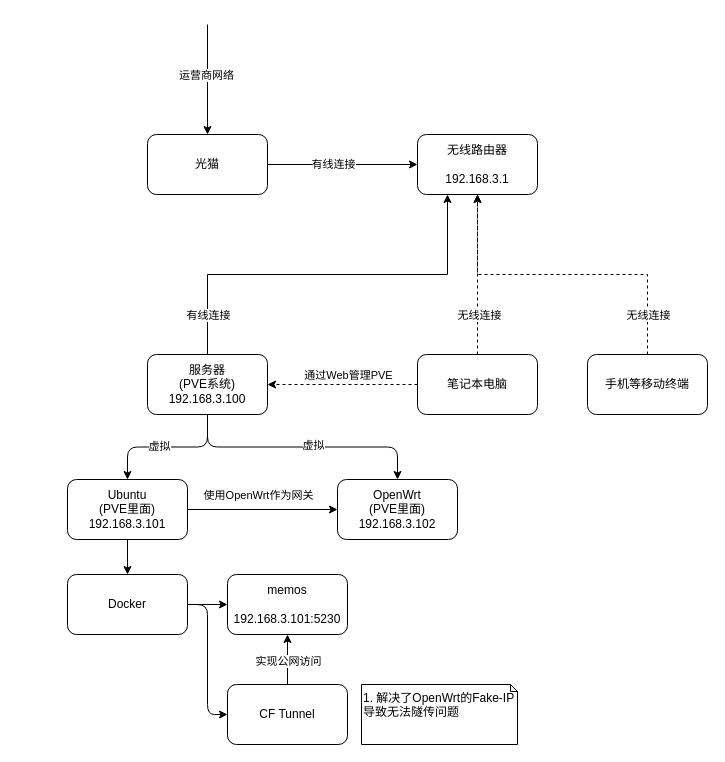
This is page "HomeLab-Arch" (79 of 79) of Moatkon.drawio from moatkon/moatkon, a draw.io file, before an edit. Source tidied: cells renumbered, new cells numbered last; positions are measured from the earlier drawing's top-left corner, leaving out a move shared by most shapes. Both pictures are drawn from the tidied source at 100%, with x=0, y=0 at pixel (67, 24).
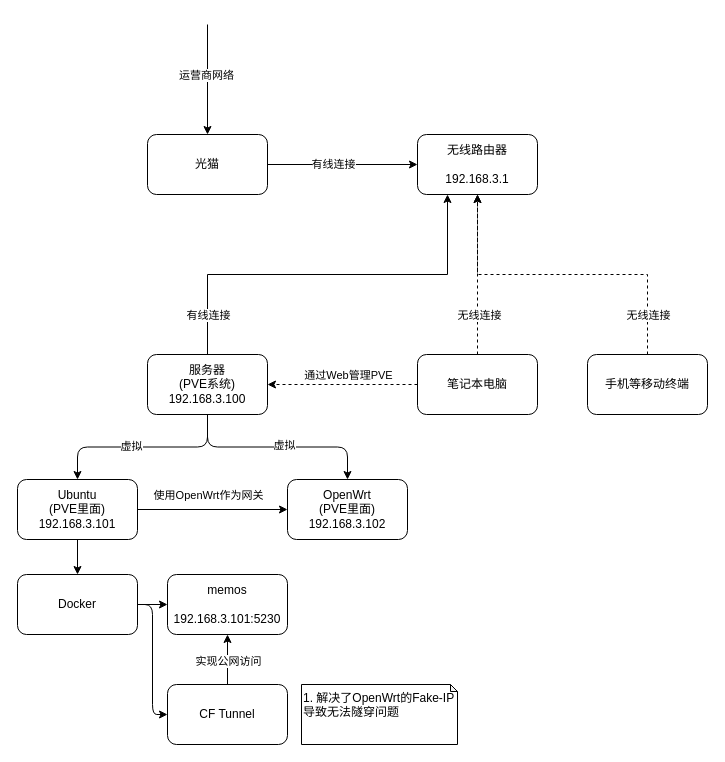
The same page after the edit.

Change to the diagram source:
```diff
@@
     <mxCell id="26" value="Ubuntu&lt;br&gt;(PVE里面)&lt;br&gt;&lt;span style=&quot;color: rgb(0, 0, 0);&quot;&gt;192.168.3.101&lt;/span&gt;" style="rounded=1;whiteSpace=wrap;html=1;fillColor=none;" parent="1" vertex="1">
-      <mxGeometry y="455" width="120" height="60" as="geometry" />
+      <mxGeometry x="-50" y="455" width="120" height="60" as="geometry" />
     </mxCell>
     <mxCell id="27" value="OpenWrt&lt;br&gt;(PVE里面)&lt;br&gt;&lt;span style=&quot;color: rgb(0, 0, 0);&quot;&gt;192.168.3.102&lt;/span&gt;" style="rounded=1;whiteSpace=wrap;html=1;fillColor=none;" parent="1" vertex="1">
-      <mxGeometry x="270" y="455" width="120" height="60" as="geometry" />
+      <mxGeometry x="220" y="455" width="120" height="60" as="geometry" />
     </mxCell>
@@
     <mxCell id="30" value="Docker" style="rounded=1;whiteSpace=wrap;html=1;fillColor=none;" parent="1" vertex="1">
-      <mxGeometry y="550" width="120" height="60" as="geometry" />
+      <mxGeometry x="-50" y="550" width="120" height="60" as="geometry" />
     </mxCell>
@@
     <mxCell id="32" value="memos&lt;br&gt;&lt;br&gt;&lt;span style=&quot;color: rgb(0, 0, 0);&quot;&gt;192.168.3.101:5230&lt;/span&gt;" style="rounded=1;whiteSpace=wrap;html=1;fillColor=none;" parent="1" vertex="1">
-      <mxGeometry x="160" y="550" width="120" height="60" as="geometry" />
+      <mxGeometry x="100" y="550" width="120" height="60" as="geometry" />
     </mxCell>
@@
     <mxCell id="35" value="CF Tunnel" style="rounded=1;whiteSpace=wrap;html=1;fillColor=none;" parent="1" vertex="1">
-      <mxGeometry x="160" y="660" width="120" height="60" as="geometry" />
+      <mxGeometry x="100" y="660" width="120" height="60" as="geometry" />
     </mxCell>
-    <mxCell id="36" value="1. 解决了OpenWrt的Fake-IP导致无法隧传问题" style="shape=note;whiteSpace=wrap;html=1;backgroundOutline=1;darkOpacity=0.05;size=7;align=left;verticalAlign=top;" parent="1" vertex="1">
-      <mxGeometry x="294" y="660" width="156" height="60" as="geometry" />
+    <mxCell id="36" value="1. 解决了OpenWrt的Fake-IP导致无法隧穿问题" style="shape=note;whiteSpace=wrap;html=1;backgroundOutline=1;darkOpacity=0.05;size=7;align=left;verticalAlign=top;" parent="1" vertex="1">
+      <mxGeometry x="234" y="660" width="156" height="60" as="geometry" />
     </mxCell>
```
